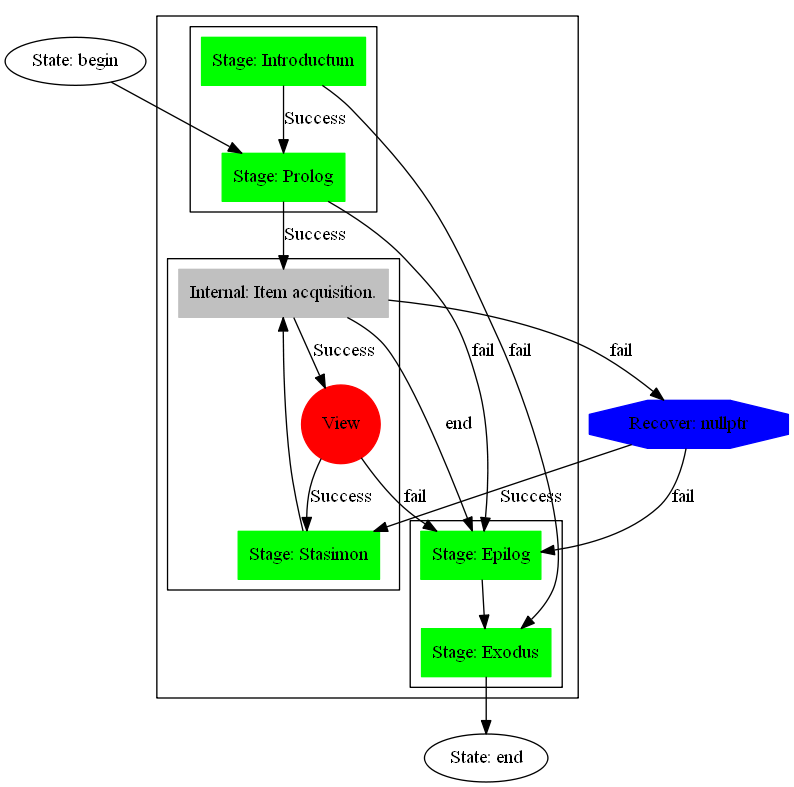
Before: doc/gv/serialization_structure.png, a diagram exported from Graphviz (dmilos/reflection). Its source is kept beside it as doc/gv/serialization_structure.gv.
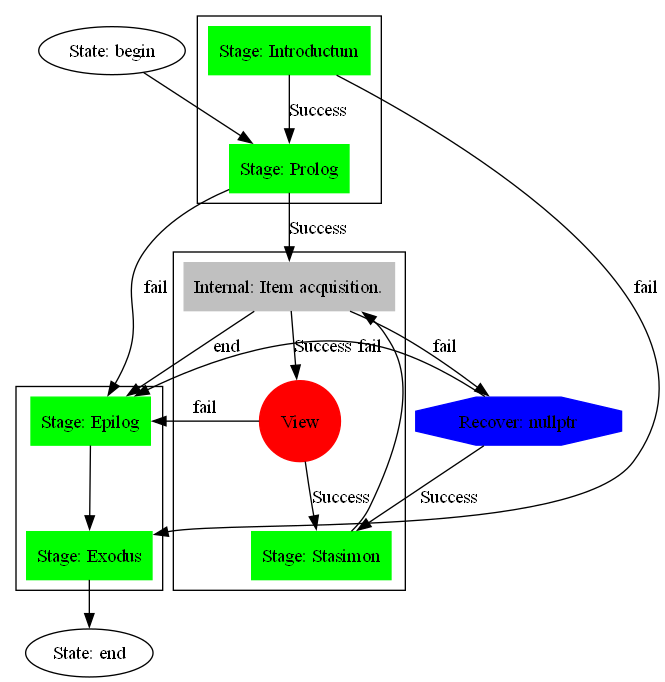
Above is the later version.

Change to the diagram source:
```diff
@@ -18,31 +18,28 @@
 
     begin->prolog[ label = "" , dir=forward ];
     introductum -> prolog [ label = "Success" , dir=forward, weight="1000" ];
-    introductum  -> exodus      [ label = "fail" , dir=forward ];
+    introductum  -> exodus      [ label = "fail" , dir=forward , constraint=false ];
 
     prolog -> acquisition[ label = "Success", dir=forward, weight="2000"  ];
-    prolog -> epilog[ label = "fail", dir=forward  ];
+    prolog -> epilog[ label = "fail", dir=forward,  constraint=false ];
 
-    acquisition ->fail_null  [ label = "fail", dir=forward  ];
     acquisition ->WIEW[ label = "Success", dir=forward  ];
     acquisition ->epilog[ label = "end", dir=forward  ];
+    acquisition ->fail_null  [ label = "fail", dir=forward,  constraint=false ];
 
-    WIEW  -> epilog  [ label = "fail", dir=forward  ];
     WIEW  -> stasimon  [ label = "Success", dir=forward  ];
+    WIEW  -> epilog  [ label = "fail", dir=forward  constraint=false ];
 
-    stasimon  -> acquisition  [ label = "", dir=forward  ];
+    stasimon  -> acquisition  [ label = "", dir=forward,  constraint=false ];
 
     epilog -> exodus[ label = "", dir=forward  ];
 
     fail_null-> stasimon[ label = "Success", dir=forward  ];
-    fail_null-> epilog[ label = "fail", dir=forward  ];
+    fail_null-> epilog[ label = "fail", dir=forward  constraint=false ];
 
     exodus->end[ label = "" , dir=forward ];
 
-    subgraph cluster_ALL
-    {
-        rankdir=TB;
-        rank=source;
+
     subgraph cluster_center
     {
         rankdir=TB
@@ -67,6 +64,6 @@
         node [ ] prolog
     }
 
-    }
+
 
 }
```
